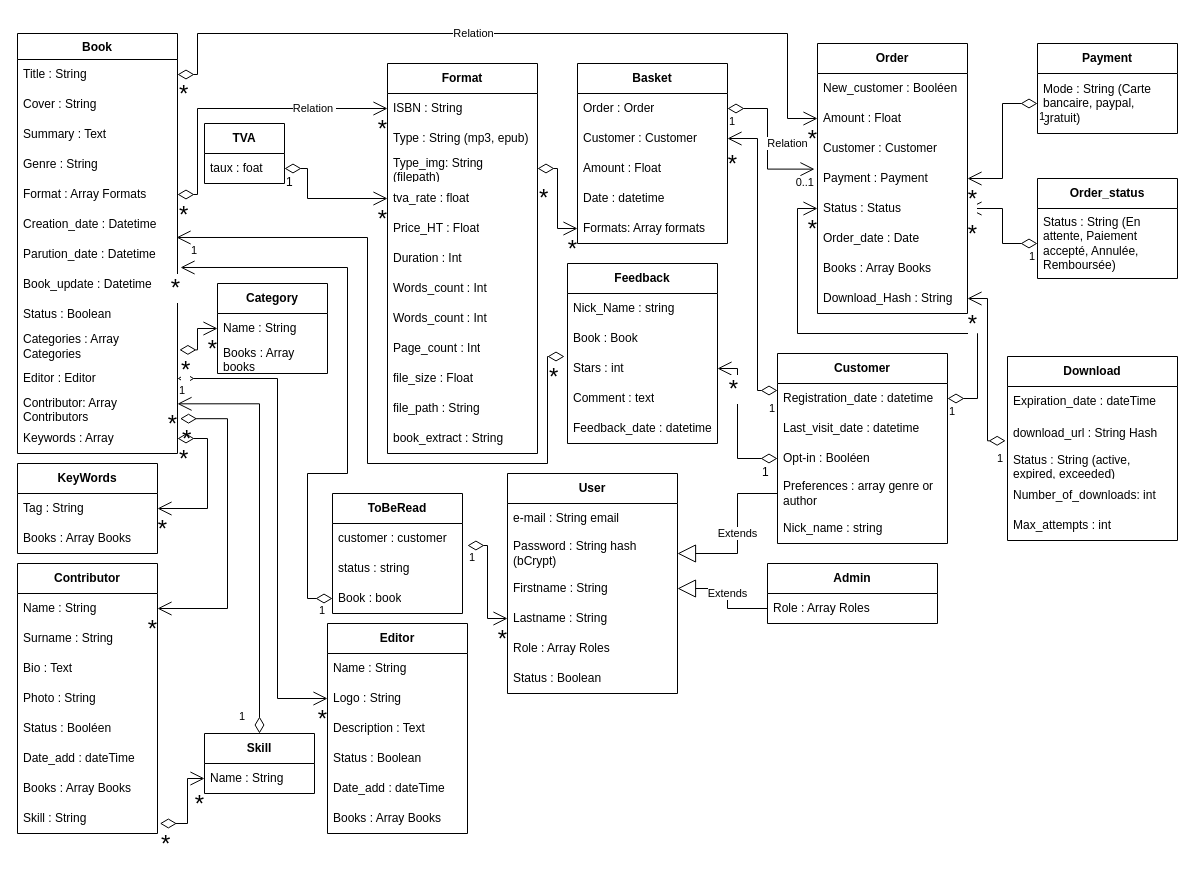
cbeauquel/Neobook keeps this draw.io diagram as page "Classes" (1 of 2) of classes_neobook.drawio. Above is the earlier version. Source tidied: cells renumbered, new cells numbered last; positions are measured from the earlier drawing's top-left corner, leaving out a move shared by most shapes. Both pictures are drawn from the tidied source at 100%, with x=0, y=0 at pixel (17, 33).
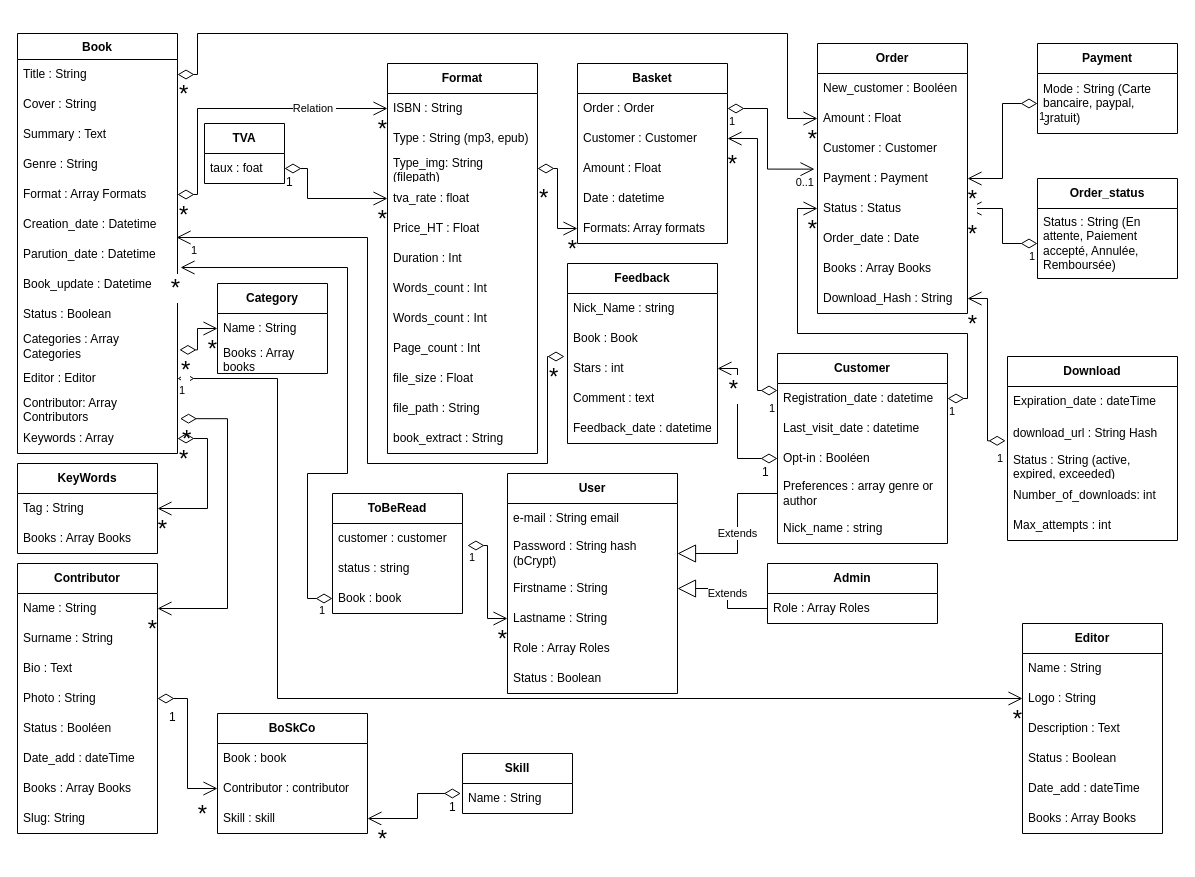
After the change.

Commit message (it also covers changes not shown here):
Mettre à jour classes_neobook.drawio

The change refers to these unchanged cells:
```xml
<mxCell id="2" value="&lt;b&gt;Contributor&lt;/b&gt;" style="swimlane;fontStyle=0;horizontal=1;startSize=30;whiteSpace=wrap;html=1;" parent="1" vertex="1">
  <mxGeometry y="530" width="140" height="270" as="geometry" />
</mxCell>
<mxCell id="6" value="Photo : String" style="text;strokeColor=none;fillColor=none;align=left;verticalAlign=middle;spacingLeft=4;spacingRight=4;overflow=hidden;points=[[0,0.5],[1,0.5]];portConstraint=eastwest;whiteSpace=wrap;html=1;" parent="2" vertex="1">
  <mxGeometry y="120" width="140" height="30" as="geometry" />
</mxCell>
<mxCell id="35" value="Registration_date : datetime" style="text;strokeColor=none;fillColor=none;align=left;verticalAlign=middle;spacingLeft=4;spacingRight=4;overflow=hidden;points=[[0,0.5],[1,0.5]];portConstraint=eastwest;whiteSpace=wrap;html=1;" parent="34" vertex="1">
  <mxGeometry y="30" width="170" height="30" as="geometry" />
</mxCell>
<mxCell id="42" value="Amount : Float" style="text;strokeColor=none;fillColor=none;align=left;verticalAlign=middle;spacingLeft=4;spacingRight=4;overflow=hidden;points=[[0,0.5],[1,0.5]];portConstraint=eastwest;whiteSpace=wrap;html=1;" parent="40" vertex="1">
  <mxGeometry y="60" width="150" height="30" as="geometry" />
</mxCell>
<mxCell id="44" value="Payment : Payment" style="text;strokeColor=none;fillColor=none;align=left;verticalAlign=middle;spacingLeft=4;spacingRight=4;overflow=hidden;points=[[0,0.5],[1,0.5]];portConstraint=eastwest;whiteSpace=wrap;html=1;" parent="40" vertex="1">
  <mxGeometry y="120" width="150" height="30" as="geometry" />
</mxCell>
<mxCell id="45" value="Status : Status" style="text;strokeColor=none;fillColor=none;align=left;verticalAlign=middle;spacingLeft=4;spacingRight=4;overflow=hidden;points=[[0,0.5],[1,0.5]];portConstraint=eastwest;whiteSpace=wrap;html=1;" parent="40" vertex="1">
  <mxGeometry y="150" width="150" height="30" as="geometry" />
</mxCell>
<mxCell id="54" value="Order : Order" style="text;strokeColor=none;fillColor=none;align=left;verticalAlign=middle;spacingLeft=4;spacingRight=4;overflow=hidden;points=[[0,0.5],[1,0.5]];portConstraint=eastwest;whiteSpace=wrap;html=1;" parent="53" vertex="1">
  <mxGeometry y="30" width="150" height="30" as="geometry" />
</mxCell>
<mxCell id="60" value="Title : String" style="text;strokeColor=none;fillColor=none;align=left;verticalAlign=middle;spacingLeft=4;spacingRight=4;overflow=hidden;points=[[0,0.5],[1,0.5]];portConstraint=eastwest;whiteSpace=wrap;html=1;" parent="59" vertex="1">
  <mxGeometry y="26" width="160" height="30" as="geometry" />
</mxCell>
<mxCell id="71" value="Contributor: Array Contributors" style="text;strokeColor=none;fillColor=none;align=left;verticalAlign=middle;spacingLeft=4;spacingRight=4;overflow=hidden;points=[[0,0.5],[1,0.5]];portConstraint=eastwest;whiteSpace=wrap;html=1;" parent="59" vertex="1">
  <mxGeometry y="360" width="160" height="30" as="geometry" />
</mxCell>
<mxCell id="145" value="Name : String" style="text;strokeColor=none;fillColor=none;align=left;verticalAlign=middle;spacingLeft=4;spacingRight=4;overflow=hidden;points=[[0,0.5],[1,0.5]];portConstraint=eastwest;whiteSpace=wrap;html=1;" parent="144" vertex="1">
  <mxGeometry y="30" width="110" height="30" as="geometry" />
</mxCell>
```

The edit, as a diff of the source:
```diff
@@
-    <mxCell id="10" value="S&lt;span style=&quot;background-color: transparent; color: light-dark(rgb(0, 0, 0), rgb(255, 255, 255));&quot;&gt;kill : String&lt;/span&gt;" style="text;strokeColor=none;fillColor=none;align=left;verticalAlign=middle;spacingLeft=4;spacingRight=4;overflow=hidden;points=[[0,0.5],[1,0.5]];portConstraint=eastwest;whiteSpace=wrap;html=1;" parent="2" vertex="1">
+    <mxCell id="10" value="&lt;span style=&quot;background-color: transparent; color: light-dark(rgb(0, 0, 0), rgb(255, 255, 255));&quot;&gt;Slug: String&lt;/span&gt;" style="text;strokeColor=none;fillColor=none;align=left;verticalAlign=middle;spacingLeft=4;spacingRight=4;overflow=hidden;points=[[0,0.5],[1,0.5]];portConstraint=eastwest;whiteSpace=wrap;html=1;" parent="2" vertex="1">
       <mxGeometry y="240" width="140" height="30" as="geometry" />
     </mxCell>
     <mxCell id="11" value="&lt;b&gt;Editor&lt;/b&gt;" style="swimlane;fontStyle=0;horizontal=1;startSize=30;whiteSpace=wrap;html=1;" parent="1" vertex="1">
-      <mxGeometry x="310" y="590" width="140" height="210" as="geometry" />
+      <mxGeometry x="1005" y="590" width="140" height="210" as="geometry" />
     </mxCell>
@@
-    <mxCell id="88" value="Relation" style="endArrow=open;html=1;endSize=12;startArrow=diamondThin;startSize=14;startFill=0;edgeStyle=orthogonalEdgeStyle;rounded=0;exitX=1;exitY=0.5;exitDx=0;exitDy=0;entryX=-0.02;entryY=0.188;entryDx=0;entryDy=0;entryPerimeter=0;" parent="1" edge="1" source="54" target="44">
+    <mxCell id="88" style="endArrow=open;html=1;endSize=12;startArrow=diamondThin;startSize=14;startFill=0;edgeStyle=orthogonalEdgeStyle;rounded=0;exitX=1;exitY=0.5;exitDx=0;exitDy=0;entryX=-0.02;entryY=0.188;entryDx=0;entryDy=0;entryPerimeter=0;" parent="1" edge="1" source="54" target="44">
       <mxGeometry x="0.02" y="20" relative="1" as="geometry">
         <Array as="points">
           <mxPoint x="750" y="75" />
           <mxPoint x="750" y="136" />
         </Array>
       </mxGeometry>
     </mxCell>
@@
     <mxCell id="103" style="endArrow=open;html=1;endSize=12;startArrow=diamondThin;startSize=14;startFill=0;edgeStyle=orthogonalEdgeStyle;rounded=0;exitX=1;exitY=0.5;exitDx=0;exitDy=0;entryX=0;entryY=0.5;entryDx=0;entryDy=0;" parent="1" edge="1" source="35" target="45">
       <mxGeometry x="0.2" y="5" relative="1" as="geometry">
         <Array as="points">
-          <mxPoint x="960" y="365" />
-          <mxPoint x="960" y="300" />
+          <mxPoint x="950" y="365" />
+          <mxPoint x="950" y="300" />
           <mxPoint x="780" y="300" />
           <mxPoint x="780" y="175" />
         </Array>
       </mxGeometry>
     </mxCell>
@@
-    <mxCell id="106" value="Relation" style="endArrow=open;html=1;endSize=12;startArrow=diamondThin;startSize=14;startFill=0;edgeStyle=orthogonalEdgeStyle;rounded=0;entryX=0;entryY=0.5;entryDx=0;entryDy=0;exitX=1;exitY=0.5;exitDx=0;exitDy=0;" parent="1" edge="1" source="60" target="42">
+    <mxCell id="106" style="endArrow=open;html=1;endSize=12;startArrow=diamondThin;startSize=14;startFill=0;edgeStyle=orthogonalEdgeStyle;rounded=0;entryX=0;entryY=0.5;entryDx=0;entryDy=0;exitX=1;exitY=0.5;exitDx=0;exitDy=0;" parent="1" edge="1" source="60" target="42">
       <mxGeometry x="-0.12" relative="1" as="geometry">
         <Array as="points">
           <mxPoint x="180" y="41" />
           <mxPoint x="180" />
           <mxPoint x="770" />
           <mxPoint x="770" y="85" />
         </Array>
       </mxGeometry>
     </mxCell>
@@
     <mxCell id="144" value="&lt;b&gt;Skill&lt;/b&gt;" style="swimlane;fontStyle=0;horizontal=1;startSize=30;whiteSpace=wrap;html=1;" parent="1" vertex="1">
-      <mxGeometry x="187" y="700" width="110" height="60" as="geometry" />
+      <mxGeometry x="445" y="720" width="110" height="60" as="geometry" />
     </mxCell>
@@
-    <mxCell id="146" style="endArrow=open;html=1;endSize=12;startArrow=diamondThin;startSize=14;startFill=0;edgeStyle=orthogonalEdgeStyle;rounded=0;entryX=0;entryY=0.5;entryDx=0;entryDy=0;exitX=1.017;exitY=0.666;exitDx=0;exitDy=0;exitPerimeter=0;" parent="1" edge="1" source="10" target="145">
-      <mxGeometry x="0.23" y="10" relative="1" as="geometry">
-        <Array as="points">
-          <mxPoint x="170" y="790" />
-          <mxPoint x="170" y="745" />
-        </Array>
-      </mxGeometry>
-    </mxCell>
-    <mxCell id="147" value="&lt;font style=&quot;font-size: 24px;&quot;&gt;*&lt;/font&gt;" style="edgeLabel;html=1;align=left;verticalAlign=top;" parent="146" vertex="1">
-      <mxGeometry x="-1" relative="1" as="geometry" />
-    </mxCell>
-    <mxCell id="148" value="&lt;font style=&quot;font-size: 24px;&quot;&gt;*&lt;/font&gt;" style="edgeLabel;html=1;align=right;verticalAlign=top;" parent="146" vertex="1">
-      <mxGeometry x="1" relative="1" as="geometry">
-        <mxPoint y="5" as="offset" />
-      </mxGeometry>
-    </mxCell>
-    <mxCell id="149" style="endArrow=open;html=1;endSize=12;startArrow=diamondThin;startSize=14;startFill=0;edgeStyle=orthogonalEdgeStyle;rounded=0;exitX=0.5;exitY=0;exitDx=0;exitDy=0;entryX=1;entryY=0.344;entryDx=0;entryDy=0;entryPerimeter=0;" parent="1" edge="1" source="144" target="71">
-      <mxGeometry x="0.2" y="5" relative="1" as="geometry">
-        <Array as="points">
-          <mxPoint x="242" y="370" />
-        </Array>
-      </mxGeometry>
-    </mxCell>
-    <mxCell id="150" value="1" style="edgeLabel;html=1;align=left;verticalAlign=top;" parent="149" vertex="1">
-      <mxGeometry x="-1" relative="1" as="geometry">
-        <mxPoint x="-22" y="-30" as="offset" />
-      </mxGeometry>
-    </mxCell>
-    <mxCell id="151" value="&lt;font style=&quot;font-size: 24px;&quot;&gt;*&lt;/font&gt;" style="edgeLabel;html=1;align=right;verticalAlign=top;" parent="149" vertex="1">
-      <mxGeometry x="1" relative="1" as="geometry" />
-    </mxCell>
@@
+    <mxCell id="167" value="&lt;b&gt;BoSkCo&lt;/b&gt;" style="swimlane;fontStyle=0;horizontal=1;startSize=30;whiteSpace=wrap;html=1;" parent="1" vertex="1">
+      <mxGeometry x="200" y="680" width="150" height="120" as="geometry" />
+    </mxCell>
+    <mxCell id="168" value="Book : book" style="text;strokeColor=none;fillColor=none;align=left;verticalAlign=middle;spacingLeft=4;spacingRight=4;overflow=hidden;whiteSpace=wrap;html=1;" parent="167" vertex="1">
+      <mxGeometry y="30" width="150" height="30" as="geometry" />
+    </mxCell>
+    <mxCell id="169" value="Contributor : contributor" style="text;strokeColor=none;fillColor=none;align=left;verticalAlign=middle;spacingLeft=4;spacingRight=4;overflow=hidden;points=[[0,0.5],[1,0.5]];portConstraint=eastwest;whiteSpace=wrap;html=1;" parent="167" vertex="1">
+      <mxGeometry y="60" width="150" height="30" as="geometry" />
+    </mxCell>
+    <mxCell id="170" value="Skill : skill" style="text;strokeColor=none;fillColor=none;align=left;verticalAlign=middle;spacingLeft=4;spacingRight=4;overflow=hidden;points=[[0,0.5],[1,0.5]];portConstraint=eastwest;whiteSpace=wrap;html=1;" parent="167" vertex="1">
+      <mxGeometry y="90" width="150" height="30" as="geometry" />
+    </mxCell>
+    <mxCell id="171" style="endArrow=open;html=1;endSize=12;startArrow=diamondThin;startSize=14;startFill=0;edgeStyle=orthogonalEdgeStyle;rounded=0;entryX=1;entryY=0.5;entryDx=0;entryDy=0;exitX=-0.015;exitY=0.333;exitDx=0;exitDy=0;exitPerimeter=0;" parent="1" edge="1" source="145" target="170">
+      <mxGeometry x="-0.2" relative="1" as="geometry">
+        <Array as="points">
+          <mxPoint x="400" y="760" />
+          <mxPoint x="400" y="785" />
+        </Array>
+      </mxGeometry>
+    </mxCell>
+    <mxCell id="172" value="&lt;font style=&quot;font-size: 12px;&quot;&gt;1&lt;/font&gt;" style="edgeLabel;html=1;align=left;verticalAlign=top;" parent="171" vertex="1">
+      <mxGeometry x="-1" relative="1" as="geometry">
+        <mxPoint x="-13" as="offset" />
+      </mxGeometry>
+    </mxCell>
+    <mxCell id="173" value="&lt;font style=&quot;font-size: 24px;&quot;&gt;*&lt;/font&gt;" style="edgeLabel;html=1;align=right;verticalAlign=top;" parent="171" vertex="1">
+      <mxGeometry x="1" relative="1" as="geometry">
+        <mxPoint x="20" as="offset" />
+      </mxGeometry>
+    </mxCell>
+    <mxCell id="174" style="endArrow=open;html=1;endSize=12;startArrow=diamondThin;startSize=14;startFill=0;edgeStyle=orthogonalEdgeStyle;rounded=0;entryX=0;entryY=0.5;entryDx=0;entryDy=0;exitX=1;exitY=0.5;exitDx=0;exitDy=0;" parent="1" edge="1" source="6" target="169">
+      <mxGeometry x="-0.2" relative="1" as="geometry">
+        <Array as="points">
+          <mxPoint x="170" y="665" />
+          <mxPoint x="170" y="755" />
+        </Array>
+      </mxGeometry>
+    </mxCell>
+    <mxCell id="175" value="&lt;font style=&quot;font-size: 12px;&quot;&gt;1&lt;/font&gt;" style="edgeLabel;html=1;align=left;verticalAlign=top;" parent="174" vertex="1">
+      <mxGeometry x="-1" relative="1" as="geometry">
+        <mxPoint x="10" y="5" as="offset" />
+      </mxGeometry>
+    </mxCell>
+    <mxCell id="176" value="&lt;font style=&quot;font-size: 24px;&quot;&gt;*&lt;/font&gt;" style="edgeLabel;html=1;align=right;verticalAlign=top;" parent="174" vertex="1">
+      <mxGeometry x="1" relative="1" as="geometry">
+        <mxPoint x="-10" y="5" as="offset" />
+      </mxGeometry>
+    </mxCell>
```
